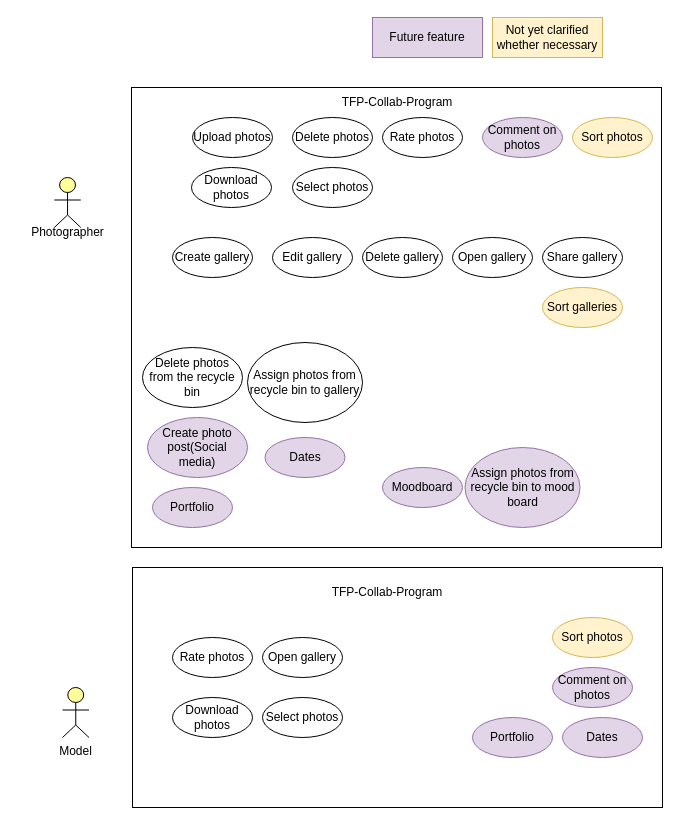
MGuese/tfp-collaboration-platform keeps this draw.io diagram as UseCases/Use Cases Overview.drawio. Above is the earlier version. Source tidied: cells renumbered, new cells numbered last; positions are measured from the earlier drawing's top-left corner, leaving out a move shared by most shapes. Both pictures are drawn from the tidied source at 100%, with x=0, y=0 at pixel (17, 17).
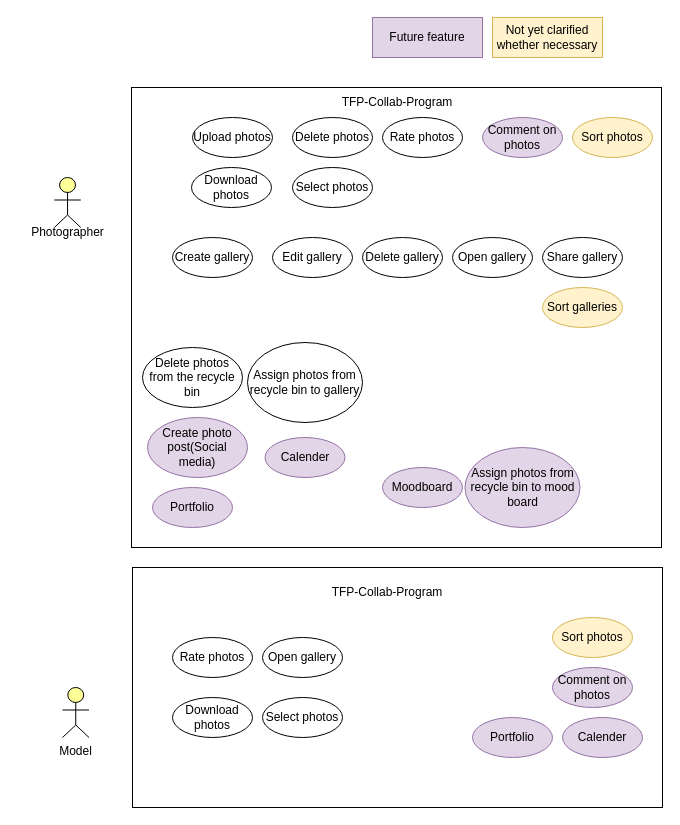
The same diagram, later.

Diff of the diagram source:
```diff
@@
-    <mxCell id="19" value="Dates" style="ellipse;whiteSpace=wrap;html=1;fillColor=#e1d5e7;strokeColor=#9673a6;" parent="1" vertex="1">
+    <mxCell id="19" value="Calender" style="ellipse;whiteSpace=wrap;html=1;fillColor=#e1d5e7;strokeColor=#9673a6;" parent="1" vertex="1">
       <mxGeometry x="247.5" y="420" width="80" height="40" as="geometry" />
     </mxCell>
@@
-    <mxCell id="35" value="Dates" style="ellipse;whiteSpace=wrap;html=1;fillColor=#e1d5e7;strokeColor=#9673a6;" parent="1" vertex="1">
+    <mxCell id="35" value="Calender" style="ellipse;whiteSpace=wrap;html=1;fillColor=#e1d5e7;strokeColor=#9673a6;" parent="1" vertex="1">
       <mxGeometry x="545" y="700" width="80" height="40" as="geometry" />
     </mxCell>
```
